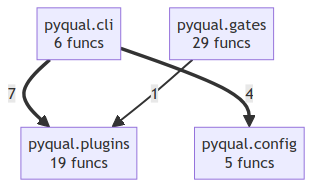
semcod/pyqual keeps this Mermaid diagram as project/compact_flow.png. Above is the earlier version. Its source is kept beside it as project/compact_flow.mmd.
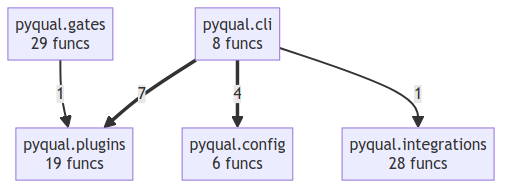
After the change.

The edit, as a diff of the source:
```diff
@@ -1,8 +1,10 @@
 flowchart TD
-    pyqual__cli["pyqual.cli<br/>6 funcs"]
-    pyqual__config["pyqual.config<br/>5 funcs"]
+    pyqual__cli["pyqual.cli<br/>8 funcs"]
+    pyqual__config["pyqual.config<br/>6 funcs"]
     pyqual__gates["pyqual.gates<br/>29 funcs"]
+    pyqual__integrations["pyqual.integrations<br/>28 funcs"]
     pyqual__plugins["pyqual.plugins<br/>19 funcs"]
     pyqual__cli ==>|7| pyqual__plugins
     pyqual__cli ==>|4| pyqual__config
+    pyqual__cli -->|1| pyqual__integrations
     pyqual__gates -->|1| pyqual__plugins
```
